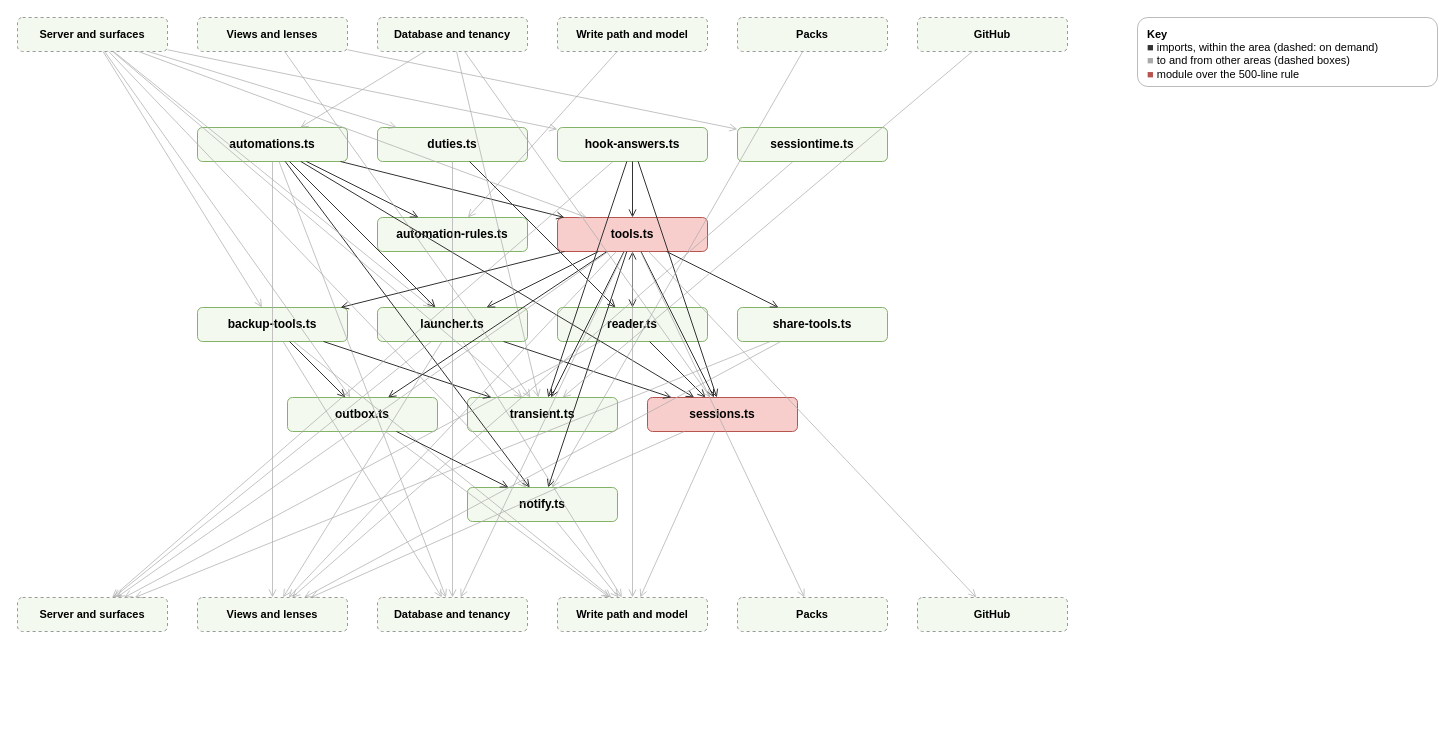
Before: page "Server: Sessions and agents" (6 of 20) of docs/diagrams/modules.drawio in AlexReiner98/archipelago, a draw.io diagram. Source tidied: cells renumbered, new cells numbered last; positions are measured from the earlier drawing's top-left corner, leaving out a move shared by most shapes. Both pictures are drawn from the tidied source at 100%, with x=0, y=0 at pixel (17, 17).
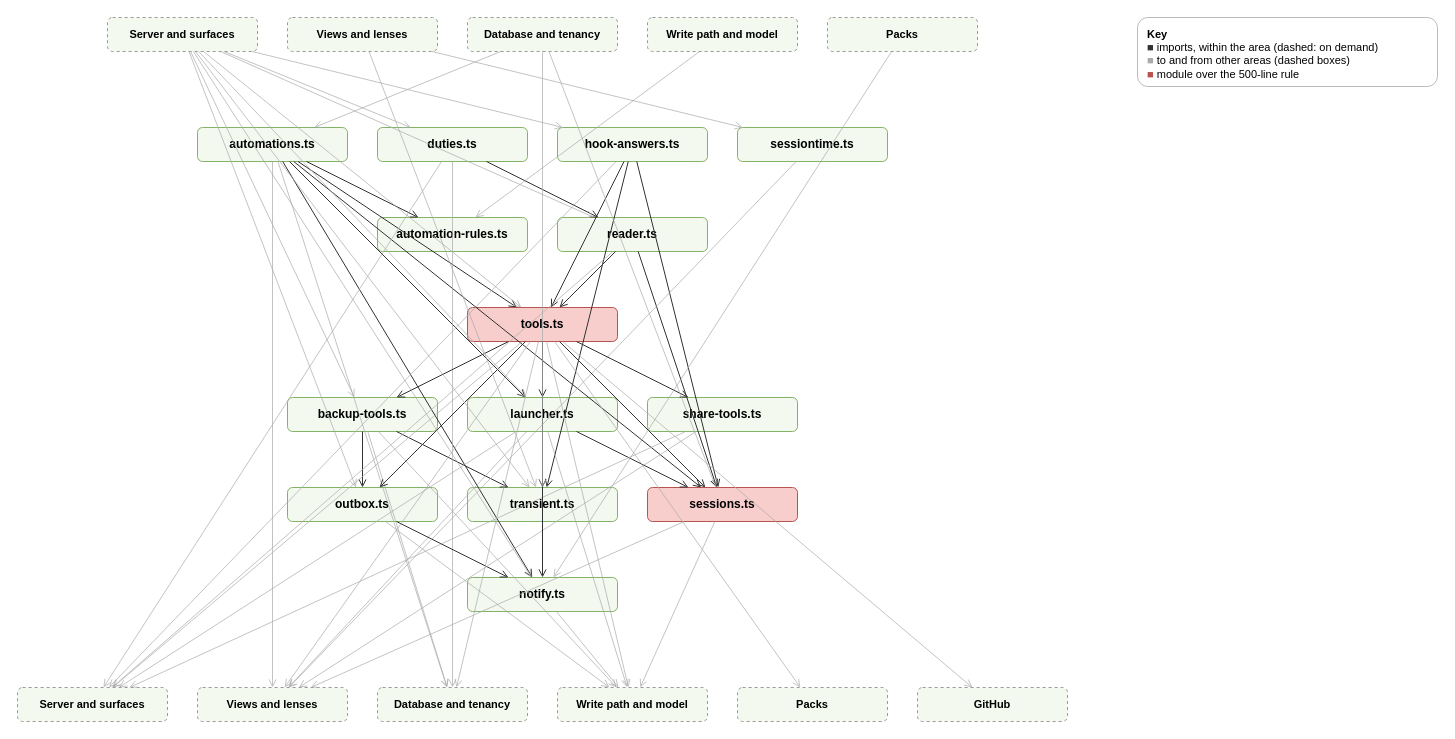
The same diagram, later.

The change refers to these unchanged cells:
```xml
<mxCell id="9" value="duties.ts" style="rounded=1;html=1;whiteSpace=wrap;fontSize=12;fontStyle=1;fillColor=#f3f9ee;strokeColor=#82b366;" parent="1" vertex="1">
  <mxGeometry x="360" y="110" width="150" height="34" as="geometry" />
</mxCell>
```

Diff of the diagram source:
```diff
@@
     <mxCell id="2" value="&lt;b&gt;Server and surfaces&lt;/b&gt;" style="rounded=1;html=1;whiteSpace=wrap;dashed=1;fontSize=11;fillColor=#f3f9ee;strokeColor=#999999;" parent="1" vertex="1">
-      <mxGeometry width="150" height="34" as="geometry" />
+      <mxGeometry x="90" width="150" height="34" as="geometry" />
     </mxCell>
     <mxCell id="3" value="&lt;b&gt;Views and lenses&lt;/b&gt;" style="rounded=1;html=1;whiteSpace=wrap;dashed=1;fontSize=11;fillColor=#f3f9ee;strokeColor=#999999;" parent="1" vertex="1">
-      <mxGeometry x="180" width="150" height="34" as="geometry" />
+      <mxGeometry x="270" width="150" height="34" as="geometry" />
     </mxCell>
     <mxCell id="4" value="&lt;b&gt;Database and tenancy&lt;/b&gt;" style="rounded=1;html=1;whiteSpace=wrap;dashed=1;fontSize=11;fillColor=#f3f9ee;strokeColor=#999999;" parent="1" vertex="1">
-      <mxGeometry x="360" width="150" height="34" as="geometry" />
+      <mxGeometry x="450" width="150" height="34" as="geometry" />
     </mxCell>
     <mxCell id="5" value="&lt;b&gt;Write path and model&lt;/b&gt;" style="rounded=1;html=1;whiteSpace=wrap;dashed=1;fontSize=11;fillColor=#f3f9ee;strokeColor=#999999;" parent="1" vertex="1">
-      <mxGeometry x="540" width="150" height="34" as="geometry" />
+      <mxGeometry x="630" width="150" height="34" as="geometry" />
     </mxCell>
     <mxCell id="6" value="&lt;b&gt;Packs&lt;/b&gt;" style="rounded=1;html=1;whiteSpace=wrap;dashed=1;fontSize=11;fillColor=#f3f9ee;strokeColor=#999999;" parent="1" vertex="1">
-      <mxGeometry x="720" width="150" height="34" as="geometry" />
+      <mxGeometry x="810" width="150" height="34" as="geometry" />
     </mxCell>
-    <mxCell id="7" value="&lt;b&gt;GitHub&lt;/b&gt;" style="rounded=1;html=1;whiteSpace=wrap;dashed=1;fontSize=11;fillColor=#f3f9ee;strokeColor=#999999;" parent="1" vertex="1">
-      <mxGeometry x="900" width="150" height="34" as="geometry" />
-    </mxCell>
@@
+    <mxCell id="16" value="reader.ts" style="rounded=1;html=1;whiteSpace=wrap;fontSize=12;fontStyle=1;fillColor=#f3f9ee;strokeColor=#82b366;" parent="1" vertex="1">
+      <mxGeometry x="540" y="200" width="150" height="34" as="geometry" />
+    </mxCell>
     <mxCell id="13" value="tools.ts" style="rounded=1;html=1;whiteSpace=wrap;fontSize=12;fontStyle=1;fillColor=#f8cecc;strokeColor=#b85450;" parent="1" vertex="1">
-      <mxGeometry x="540" y="200" width="150" height="34" as="geometry" />
+      <mxGeometry x="450" y="290" width="150" height="34" as="geometry" />
     </mxCell>
     <mxCell id="14" value="backup-tools.ts" style="rounded=1;html=1;whiteSpace=wrap;fontSize=12;fontStyle=1;fillColor=#f3f9ee;strokeColor=#82b366;" parent="1" vertex="1">
-      <mxGeometry x="180" y="290" width="150" height="34" as="geometry" />
+      <mxGeometry x="270" y="380" width="150" height="34" as="geometry" />
     </mxCell>
     <mxCell id="15" value="launcher.ts" style="rounded=1;html=1;whiteSpace=wrap;fontSize=12;fontStyle=1;fillColor=#f3f9ee;strokeColor=#82b366;" parent="1" vertex="1">
-      <mxGeometry x="360" y="290" width="150" height="34" as="geometry" />
+      <mxGeometry x="450" y="380" width="150" height="34" as="geometry" />
     </mxCell>
-    <mxCell id="16" value="reader.ts" style="rounded=1;html=1;whiteSpace=wrap;fontSize=12;fontStyle=1;fillColor=#f3f9ee;strokeColor=#82b366;" parent="1" vertex="1">
-      <mxGeometry x="540" y="290" width="150" height="34" as="geometry" />
-    </mxCell>
     <mxCell id="17" value="share-tools.ts" style="rounded=1;html=1;whiteSpace=wrap;fontSize=12;fontStyle=1;fillColor=#f3f9ee;strokeColor=#82b366;" parent="1" vertex="1">
-      <mxGeometry x="720" y="290" width="150" height="34" as="geometry" />
+      <mxGeometry x="630" y="380" width="150" height="34" as="geometry" />
     </mxCell>
     <mxCell id="18" value="outbox.ts" style="rounded=1;html=1;whiteSpace=wrap;fontSize=12;fontStyle=1;fillColor=#f3f9ee;strokeColor=#82b366;" parent="1" vertex="1">
-      <mxGeometry x="270" y="380" width="150" height="34" as="geometry" />
+      <mxGeometry x="270" y="470" width="150" height="34" as="geometry" />
     </mxCell>
     <mxCell id="19" value="transient.ts" style="rounded=1;html=1;whiteSpace=wrap;fontSize=12;fontStyle=1;fillColor=#f3f9ee;strokeColor=#82b366;" parent="1" vertex="1">
-      <mxGeometry x="450" y="380" width="150" height="34" as="geometry" />
+      <mxGeometry x="450" y="470" width="150" height="34" as="geometry" />
     </mxCell>
     <mxCell id="20" value="sessions.ts" style="rounded=1;html=1;whiteSpace=wrap;fontSize=12;fontStyle=1;fillColor=#f8cecc;strokeColor=#b85450;" parent="1" vertex="1">
-      <mxGeometry x="630" y="380" width="150" height="34" as="geometry" />
+      <mxGeometry x="630" y="470" width="150" height="34" as="geometry" />
     </mxCell>
     <mxCell id="21" value="notify.ts" style="rounded=1;html=1;whiteSpace=wrap;fontSize=12;fontStyle=1;fillColor=#f3f9ee;strokeColor=#82b366;" parent="1" vertex="1">
-      <mxGeometry x="450" y="470" width="150" height="34" as="geometry" />
+      <mxGeometry x="450" y="560" width="150" height="34" as="geometry" />
     </mxCell>
     <mxCell id="22" value="&lt;b&gt;Server and surfaces&lt;/b&gt;" style="rounded=1;html=1;whiteSpace=wrap;dashed=1;fontSize=11;fillColor=#f3f9ee;strokeColor=#999999;" parent="1" vertex="1">
-      <mxGeometry y="580" width="150" height="34" as="geometry" />
+      <mxGeometry y="670" width="150" height="34" as="geometry" />
     </mxCell>
     <mxCell id="23" value="&lt;b&gt;Views and lenses&lt;/b&gt;" style="rounded=1;html=1;whiteSpace=wrap;dashed=1;fontSize=11;fillColor=#f3f9ee;strokeColor=#999999;" parent="1" vertex="1">
-      <mxGeometry x="180" y="580" width="150" height="34" as="geometry" />
+      <mxGeometry x="180" y="670" width="150" height="34" as="geometry" />
     </mxCell>
     <mxCell id="24" value="&lt;b&gt;Database and tenancy&lt;/b&gt;" style="rounded=1;html=1;whiteSpace=wrap;dashed=1;fontSize=11;fillColor=#f3f9ee;strokeColor=#999999;" parent="1" vertex="1">
-      <mxGeometry x="360" y="580" width="150" height="34" as="geometry" />
+      <mxGeometry x="360" y="670" width="150" height="34" as="geometry" />
     </mxCell>
     <mxCell id="25" value="&lt;b&gt;Write path and model&lt;/b&gt;" style="rounded=1;html=1;whiteSpace=wrap;dashed=1;fontSize=11;fillColor=#f3f9ee;strokeColor=#999999;" parent="1" vertex="1">
-      <mxGeometry x="540" y="580" width="150" height="34" as="geometry" />
+      <mxGeometry x="540" y="670" width="150" height="34" as="geometry" />
     </mxCell>
     <mxCell id="26" value="&lt;b&gt;Packs&lt;/b&gt;" style="rounded=1;html=1;whiteSpace=wrap;dashed=1;fontSize=11;fillColor=#f3f9ee;strokeColor=#999999;" parent="1" vertex="1">
-      <mxGeometry x="720" y="580" width="150" height="34" as="geometry" />
+      <mxGeometry x="720" y="670" width="150" height="34" as="geometry" />
     </mxCell>
     <mxCell id="27" value="&lt;b&gt;GitHub&lt;/b&gt;" style="rounded=1;html=1;whiteSpace=wrap;dashed=1;fontSize=11;fillColor=#f3f9ee;strokeColor=#999999;" parent="1" vertex="1">
-      <mxGeometry x="900" y="580" width="150" height="34" as="geometry" />
+      <mxGeometry x="900" y="670" width="150" height="34" as="geometry" />
     </mxCell>
@@
+    <mxCell id="91" style="html=1;endArrow=open;strokeColor=#aaaaaa;dashed=0;opacity=70;" parent="1" edge="1" source="9" target="22">
+      <mxGeometry relative="1" as="geometry" />
+    </mxCell>
@@
-    <mxCell id="63" style="html=1;endArrow=open;strokeColor=#333333;dashed=0;opacity=100;" parent="1" edge="1" source="13" target="16">
-      <mxGeometry relative="1" as="geometry" />
-    </mxCell>
@@
+    <mxCell id="92" style="html=1;endArrow=open;strokeColor=#aaaaaa;dashed=0;opacity=70;" parent="1" edge="1" source="2" target="16">
+      <mxGeometry relative="1" as="geometry" />
+    </mxCell>
@@
-    <mxCell id="90" style="html=1;endArrow=open;strokeColor=#aaaaaa;dashed=0;opacity=70;" parent="1" edge="1" source="7" target="19">
-      <mxGeometry relative="1" as="geometry" />
-    </mxCell>
```
